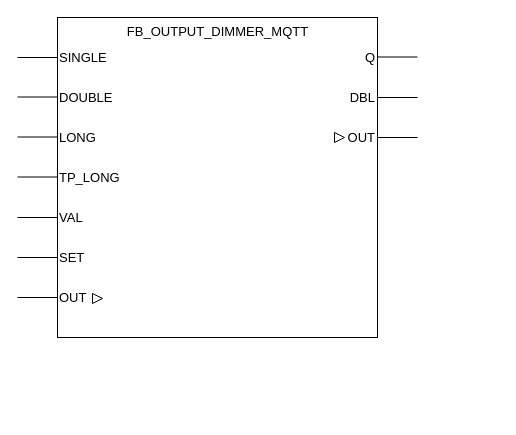
Before: docs/_drawio/FB_OUTPUT_DIMMER_MQTT.drawio in MichielVanwelsenaere/HomeAutomation.CoDeSys3, a draw.io diagram. Source tidied: cells renumbered, new cells numbered last; positions are measured from the earlier drawing's top-left corner, leaving out a move shared by most shapes. Both pictures are drawn from the tidied source at 100%, with x=0, y=0 at pixel (17, 17).
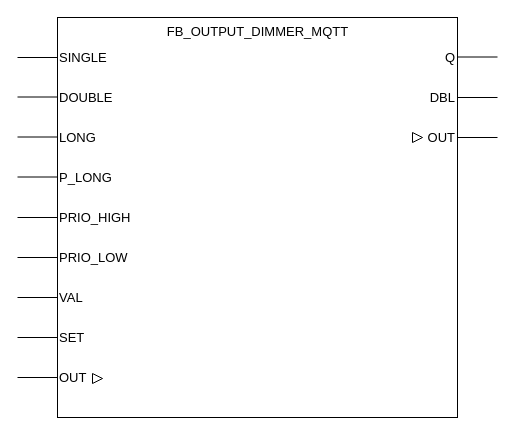
The same page after the edit.

Commit message (it also covers changes not shown here):
dimmer FB ready for more elaborate testing

What changed in the source:
```diff
@@
     <mxCell id="2" style="whiteSpace=wrap;html=1;" parent="1" vertex="1">
-      <mxGeometry x="40" width="320" height="320" as="geometry" />
+      <mxGeometry x="40" width="400" height="400" as="geometry" />
     </mxCell>
     <mxCell id="3" value="FB_OUTPUT_DIMMER_MQTT" style="text;html=1;align=center;fontSize=13;" parent="1" vertex="1">
-      <mxGeometry x="97.5" width="205" height="30" as="geometry" />
+      <mxGeometry x="137.5" width="205" height="30" as="geometry" />
     </mxCell>
@@
     <mxCell id="6" style="endArrow=none;html=1;fontSize=13;" parent="1" edge="1">
       <mxGeometry relative="1" as="geometry">
-        <mxPoint x="360" y="39.5" as="sourcePoint" />
-        <mxPoint x="400" y="39.5" as="targetPoint" />
+        <mxPoint x="440" y="39.5" as="sourcePoint" />
+        <mxPoint x="480" y="39.5" as="targetPoint" />
         <Array as="points">
-          <mxPoint x="360" y="39.5" />
+          <mxPoint x="440" y="39.5" />
         </Array>
       </mxGeometry>
     </mxCell>
     <mxCell id="7" style="endArrow=none;html=1;fontSize=13;" parent="1" edge="1">
       <mxGeometry relative="1" as="geometry">
-        <mxPoint x="360" y="80" as="sourcePoint" />
-        <mxPoint x="400" y="80" as="targetPoint" />
+        <mxPoint x="440" y="80" as="sourcePoint" />
+        <mxPoint x="480" y="80" as="targetPoint" />
         <Array as="points">
-          <mxPoint x="360" y="80" />
+          <mxPoint x="440" y="80" />
         </Array>
       </mxGeometry>
     </mxCell>
     <mxCell id="8" value="Q" style="text;html=1;strokeColor=none;fillColor=none;align=right;verticalAlign=middle;whiteSpace=wrap;rounded=0;fontSize=13;" parent="1" vertex="1">
-      <mxGeometry x="280" y="30" width="80" height="20" as="geometry" />
+      <mxGeometry x="360" y="30" width="80" height="20" as="geometry" />
     </mxCell>
     <mxCell id="9" value="&lt;div style=&quot;text-align: right&quot;&gt;&lt;span&gt;DBL&lt;/span&gt;&lt;/div&gt;" style="text;html=1;strokeColor=none;fillColor=none;align=right;verticalAlign=middle;whiteSpace=wrap;rounded=0;fontSize=13;" parent="1" vertex="1">
-      <mxGeometry x="280" y="70" width="80" height="20" as="geometry" />
+      <mxGeometry x="360" y="70" width="80" height="20" as="geometry" />
     </mxCell>
     <mxCell id="10" value="&lt;div style=&quot;text-align: right&quot;&gt;&lt;span&gt;OUT&lt;/span&gt;&lt;/div&gt;" style="text;html=1;strokeColor=none;fillColor=none;align=right;verticalAlign=middle;whiteSpace=wrap;rounded=0;fontSize=13;" parent="1" vertex="1">
-      <mxGeometry x="280" y="110" width="80" height="20" as="geometry" />
+      <mxGeometry x="360" y="110" width="80" height="20" as="geometry" />
     </mxCell>
     <mxCell id="11" style="endArrow=none;html=1;fontSize=13;" parent="1" edge="1">
       <mxGeometry relative="1" as="geometry">
-        <mxPoint x="360" y="120" as="sourcePoint" />
-        <mxPoint x="400" y="120" as="targetPoint" />
+        <mxPoint x="440" y="120" as="sourcePoint" />
+        <mxPoint x="480" y="120" as="targetPoint" />
       </mxGeometry>
     </mxCell>
@@
     <mxCell id="15" value="VAL" style="text;html=1;strokeColor=none;fillColor=none;align=left;verticalAlign=middle;whiteSpace=wrap;rounded=0;fontSize=13;" parent="1" vertex="1">
-      <mxGeometry x="40" y="190" width="80" height="20" as="geometry" />
+      <mxGeometry x="40" y="270" width="80" height="20" as="geometry" />
     </mxCell>
     <mxCell id="16" value="SET" style="text;html=1;strokeColor=none;fillColor=none;align=left;verticalAlign=middle;whiteSpace=wrap;rounded=0;fontSize=13;" parent="1" vertex="1">
-      <mxGeometry x="40" y="230" width="80" height="20" as="geometry" />
+      <mxGeometry x="40" y="310" width="80" height="20" as="geometry" />
     </mxCell>
     <mxCell id="17" value="OUT" style="text;html=1;strokeColor=none;fillColor=none;align=left;verticalAlign=middle;whiteSpace=wrap;rounded=0;fontSize=13;" parent="1" vertex="1">
-      <mxGeometry x="40" y="270" width="80" height="20" as="geometry" />
+      <mxGeometry x="40" y="350" width="80" height="20" as="geometry" />
     </mxCell>
@@
-    <mxCell id="23" value="TP_LONG" style="text;html=1;strokeColor=none;fillColor=none;align=left;verticalAlign=middle;whiteSpace=wrap;rounded=0;fontSize=13;" parent="1" vertex="1">
+    <mxCell id="23" value="P_LONG" style="text;html=1;strokeColor=none;fillColor=none;align=left;verticalAlign=middle;whiteSpace=wrap;rounded=0;fontSize=13;" parent="1" vertex="1">
       <mxGeometry x="40" y="150" width="80" height="20" as="geometry" />
     </mxCell>
     <mxCell id="24" style="triangle;whiteSpace=wrap;html=1;" parent="1" vertex="1">
-      <mxGeometry x="75" y="276" width="10" height="10" as="geometry" />
+      <mxGeometry x="75" y="356" width="10" height="10" as="geometry" />
     </mxCell>
     <mxCell id="25" style="triangle;whiteSpace=wrap;html=1;" parent="1" vertex="1">
-      <mxGeometry x="317" y="115" width="10" height="10" as="geometry" />
+      <mxGeometry x="395" y="115" width="10" height="10" as="geometry" />
     </mxCell>
+    <mxCell id="26" style="endArrow=none;html=1;fontSize=13;" parent="1" edge="1">
+      <mxGeometry relative="1" as="geometry">
+        <mxPoint x="40" y="360" as="sourcePoint" />
+        <mxPoint y="360" as="targetPoint" />
+        <Array as="points">
+          <mxPoint x="40" y="360" />
+        </Array>
+      </mxGeometry>
+    </mxCell>
+    <mxCell id="27" style="endArrow=none;html=1;fontSize=13;" parent="1" edge="1">
+      <mxGeometry relative="1" as="geometry">
+        <mxPoint x="40" y="320" as="sourcePoint" />
+        <mxPoint y="320" as="targetPoint" />
+        <Array as="points">
+          <mxPoint x="40" y="320" />
+        </Array>
+      </mxGeometry>
+    </mxCell>
+    <mxCell id="28" value="PRIO_LOW" style="text;html=1;strokeColor=none;fillColor=none;align=left;verticalAlign=middle;whiteSpace=wrap;rounded=0;fontSize=13;" parent="1" vertex="1">
+      <mxGeometry x="40" y="230" width="80" height="20" as="geometry" />
+    </mxCell>
+    <mxCell id="29" value="PRIO_HIGH" style="text;html=1;strokeColor=none;fillColor=none;align=left;verticalAlign=middle;whiteSpace=wrap;rounded=0;fontSize=13;" parent="1" vertex="1">
+      <mxGeometry x="40" y="190" width="80" height="20" as="geometry" />
+    </mxCell>
```
